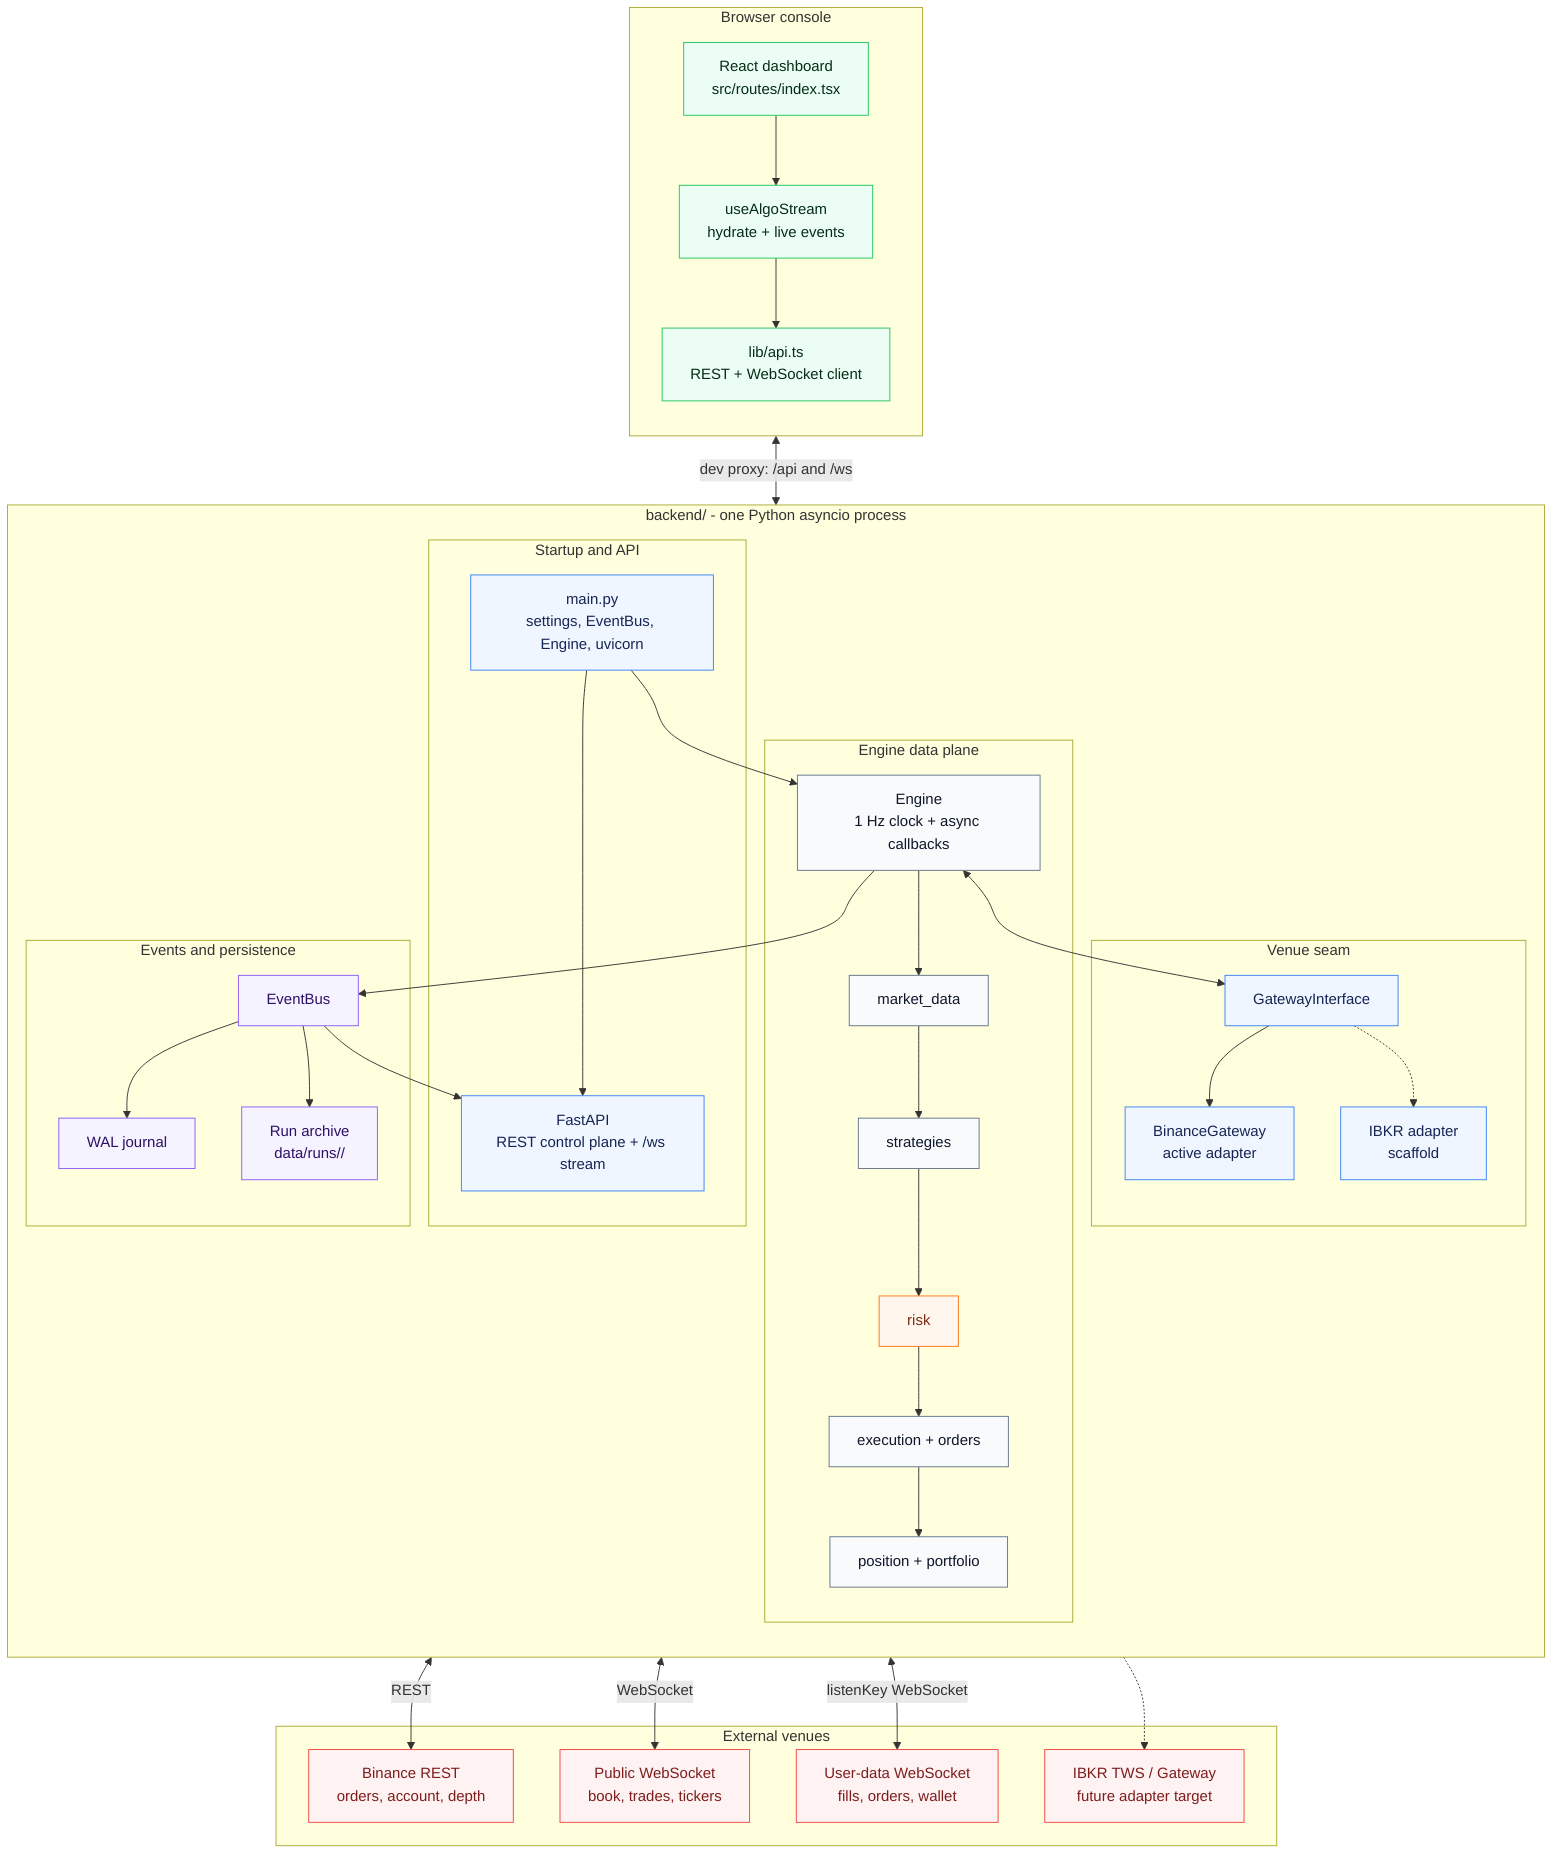
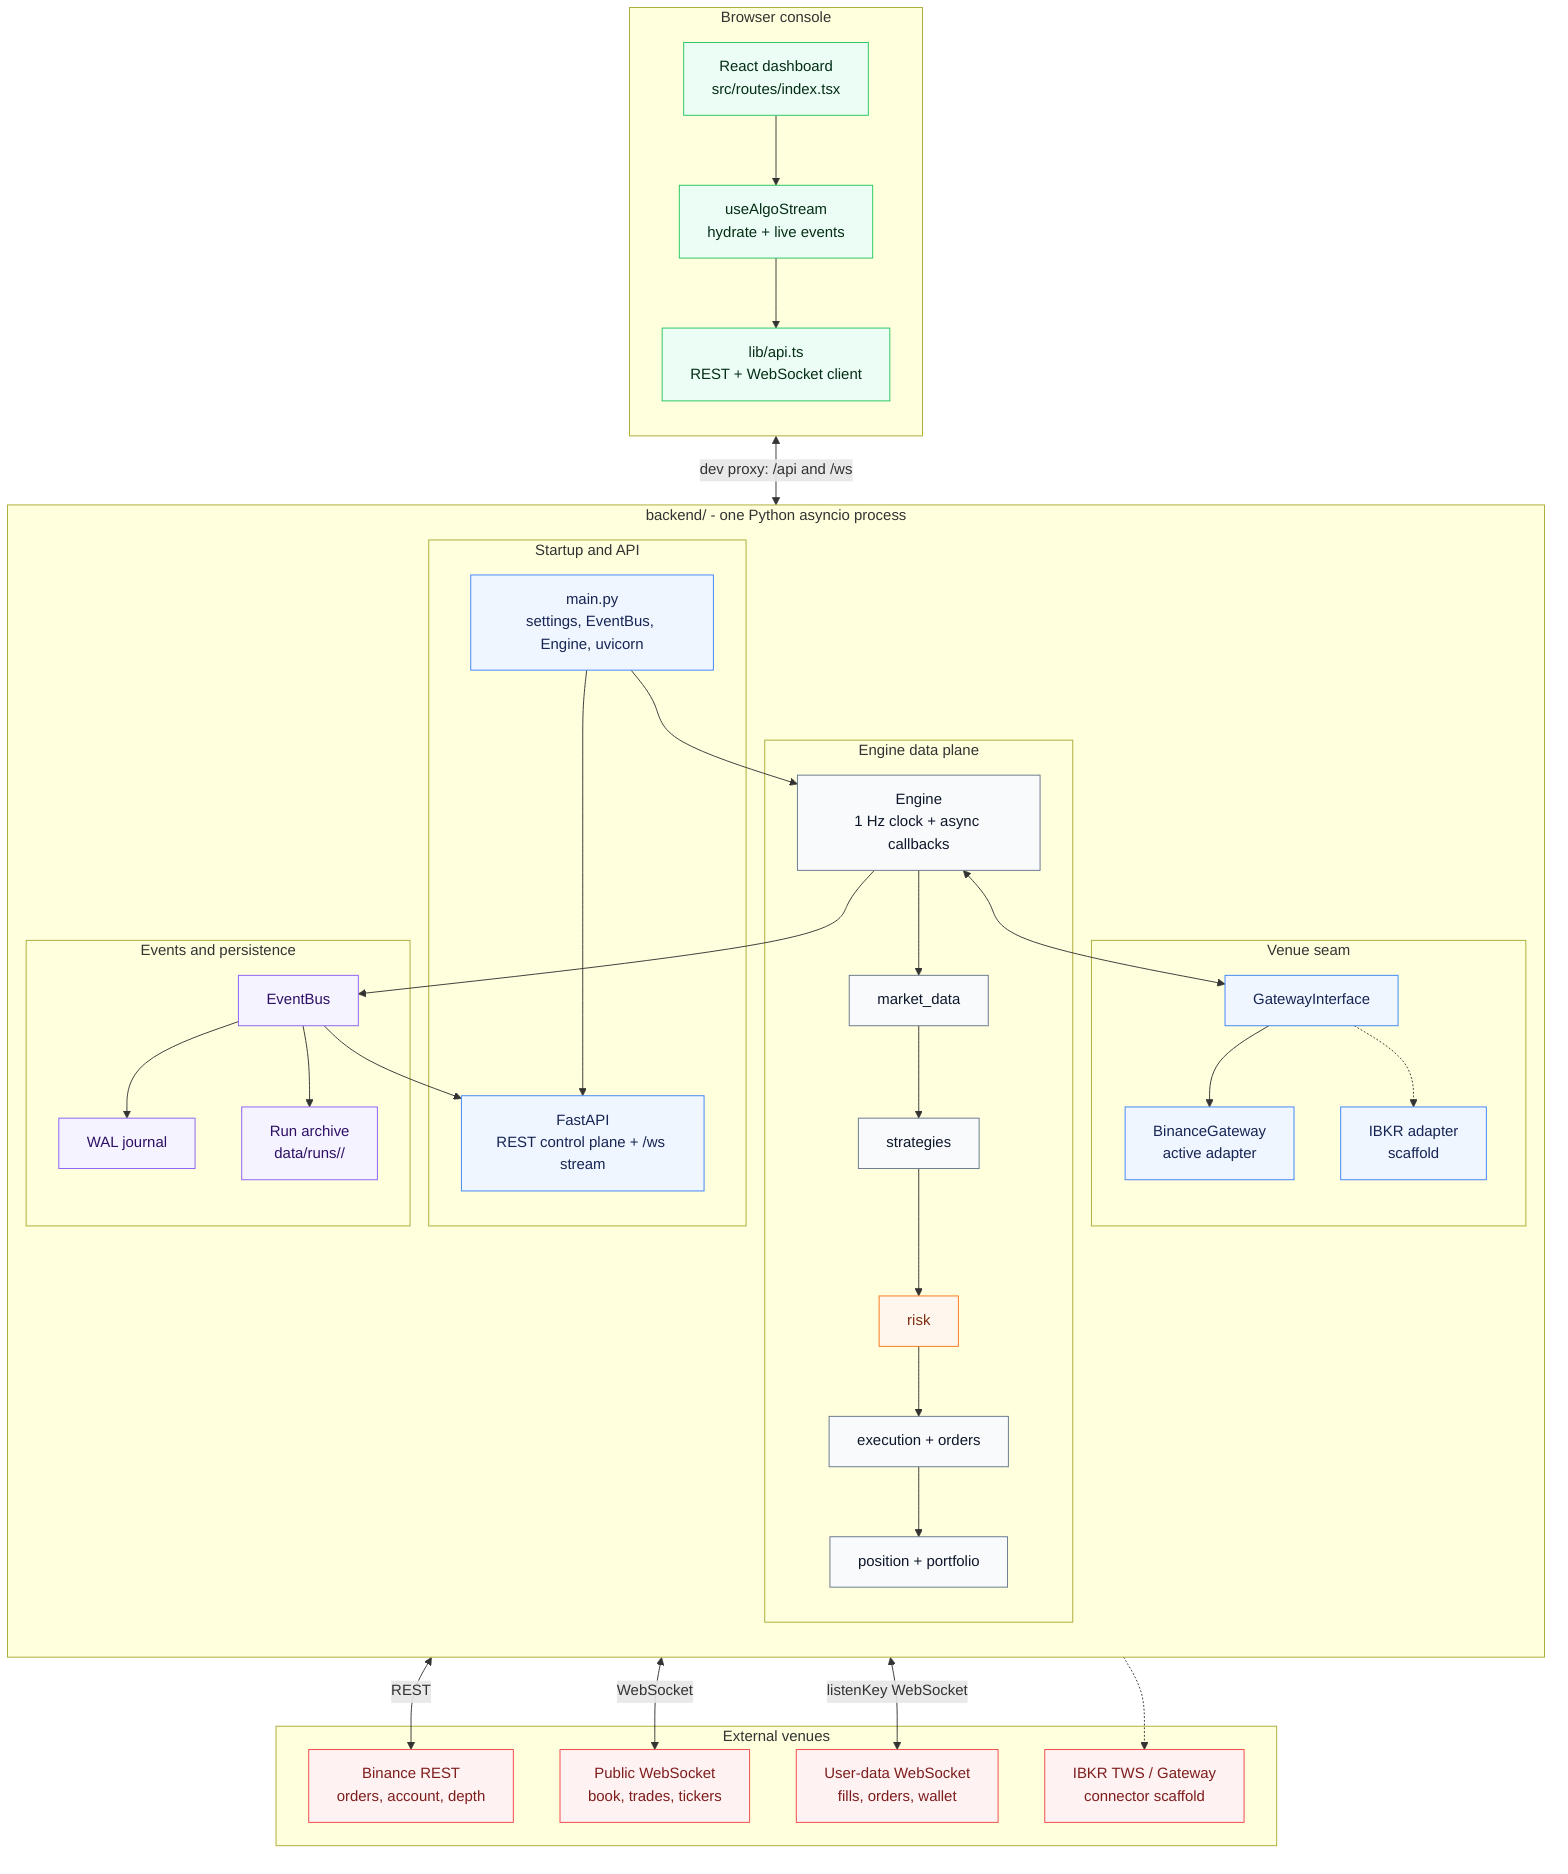
%% System context - browser, backend process, gateway, and venue
flowchart TB
    subgraph Browser["Browser console"]
        direction TB
        UI["React dashboard<br/>src/routes/index.tsx"]
        STREAM["useAlgoStream<br/>hydrate + live events"]
        CLIENT["lib/api.ts<br/>REST + WebSocket client"]
        UI --> STREAM --> CLIENT
    end

    subgraph Backend["backend/ - one Python asyncio process"]
        direction TB

        subgraph App["Startup and API"]
            MAIN["main.py<br/>settings, EventBus, Engine, uvicorn"]
            FASTAPI["FastAPI<br/>REST control plane + /ws stream"]
            MAIN --> FASTAPI
        end

        subgraph Engine["Engine data plane"]
            CORE["Engine<br/>1 Hz clock + async callbacks"]
            MD["market_data"]
            STRAT["strategies"]
            RISK["risk"]
            EXEC["execution + orders"]
            PORT["position + portfolio"]
            CORE --> MD --> STRAT --> RISK --> EXEC --> PORT
        end

        subgraph Gateway["Venue seam"]
            IFACE["GatewayInterface"]
            BINANCE["BinanceGateway<br/>active adapter"]
            IBKR["IBKR adapter<br/>scaffold"]
            IFACE --> BINANCE
            IFACE -.-> IBKR
        end

        subgraph Persistence["Events and persistence"]
            BUS["EventBus"]
            WAL["WAL journal"]
            RUNS["Run archive<br/>data/runs/<run-id>/"]
            BUS --> WAL
            BUS --> RUNS
        end

        MAIN --> CORE
        CORE <--> IFACE
        CORE --> BUS --> FASTAPI
    end

    subgraph Venue["External venues"]
        BREST["Binance REST<br/>orders, account, depth"]
        BPUB["Public WebSocket<br/>book, trades, tickers"]
        BUSER["User-data WebSocket<br/>fills, orders, wallet"]
-         TWS["IBKR TWS / Gateway<br/>future adapter target"]
+         TWS["IBKR TWS / Gateway<br/>connector scaffold"]
    end

    CLIENT <-->|"dev proxy: /api and /ws"| FASTAPI
    BINANCE <-->|REST| BREST
    BINANCE <-->|WebSocket| BPUB
    BINANCE <-->|listenKey WebSocket| BUSER
    IBKR -.-> TWS

    classDef ui fill:#ecfdf5,stroke:#22c55e,color:#052e16
    classDef backend fill:#eff6ff,stroke:#3b82f6,color:#172554
    classDef engine fill:#f8fafc,stroke:#64748b,color:#0f172a
    classDef risk fill:#fff7ed,stroke:#f97316,color:#7c2d12
    classDef persist fill:#f5f3ff,stroke:#8b5cf6,color:#2e1065
    classDef venue fill:#fef2f2,stroke:#ef4444,color:#7f1d1d

    class UI,STREAM,CLIENT ui
    class MAIN,FASTAPI,IFACE,BINANCE,IBKR backend
    class CORE,MD,STRAT,EXEC,PORT engine
    class RISK risk
    class BUS,WAL,RUNS persist
    class BREST,BPUB,BUSER,TWS venue
